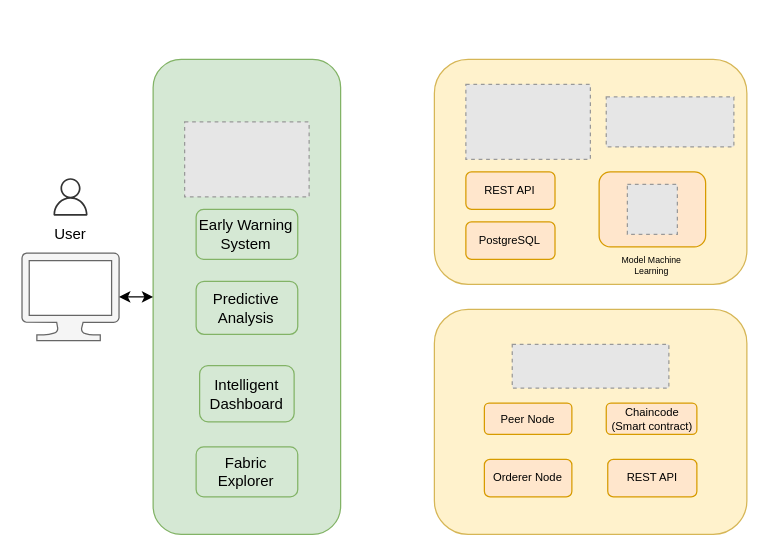
Above: Diagram Blockchain System BI.drawio in ariesharry/Diagrams (draw.io), before the change. Source tidied: cells renumbered, new cells numbered last; positions are measured from the earlier drawing's top-left corner, leaving out a move shared by most shapes. Both pictures are drawn from the tidied source at 125%, with x=0, y=0 at pixel (21, 59). Pictures stored in the file or linked from it are replaced by grey dashed boxes.
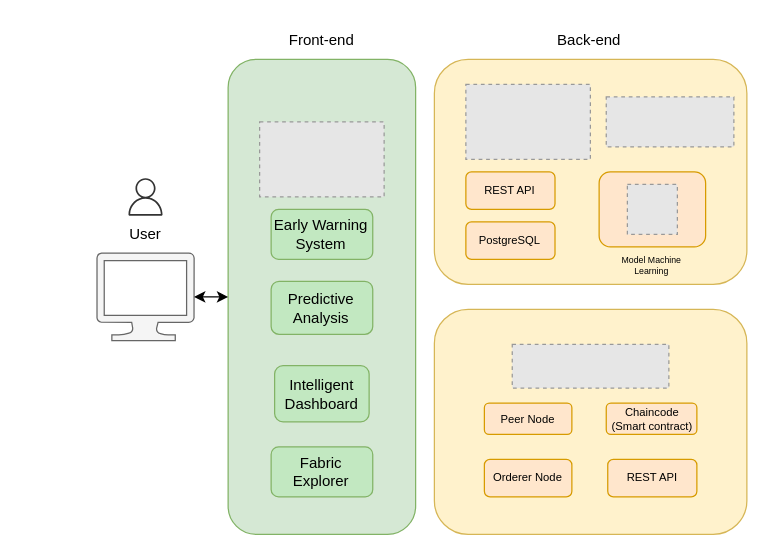
After the change.

Diff of the diagram source:
```diff
@@
     <mxCell id="5" style="rounded=1;whiteSpace=wrap;html=1;fillColor=#d5e8d4;strokeColor=#82b366;" parent="1" vertex="1">
-      <mxGeometry x="105" width="150" height="380" as="geometry" />
+      <mxGeometry x="165" width="150" height="380" as="geometry" />
     </mxCell>
     <mxCell id="6" style="verticalLabelPosition=bottom;html=1;verticalAlign=top;align=center;strokeColor=#666666;fillColor=#f5f5f5;shape=mxgraph.azure.computer;fontColor=#333333;" parent="1" vertex="1">
-      <mxGeometry y="155" width="77.8" height="70" as="geometry" />
+      <mxGeometry x="60" y="155" width="77.8" height="70" as="geometry" />
     </mxCell>
     <mxCell id="7" style="sketch=0;fillColor=#333333;strokeColor=#001DBC;dashed=0;verticalLabelPosition=bottom;verticalAlign=top;align=center;html=1;fontSize=12;fontStyle=0;shape=mxgraph.aws4.user;fontColor=#ffffff;" parent="1" vertex="1">
-      <mxGeometry x="23.9" y="95" width="30" height="30" as="geometry" />
+      <mxGeometry x="83.9" y="95" width="30" height="30" as="geometry" />
     </mxCell>
     <mxCell id="8" style="fillColor=#E6E6E6;strokeColor=#999999;dashed=1;verticalLabelPosition=bottom;labelBackgroundColor=default;verticalAlign=top;" parent="1" vertex="1">
-      <mxGeometry x="130.2" y="50" width="99.6" height="60" as="geometry" />
+      <mxGeometry x="190.2" y="50" width="99.6" height="60" as="geometry" />
     </mxCell>
@@
-    <mxCell id="17" value="Fabric Explorer" style="rounded=1;whiteSpace=wrap;html=1;fillColor=#d5e8d4;strokeColor=#82b366;fontSize=12;" parent="1" vertex="1">
-      <mxGeometry x="139.4" y="310" width="81.3" height="40" as="geometry" />
+    <mxCell id="17" value="Fabric Explorer" style="rounded=1;whiteSpace=wrap;html=1;fillColor=#C2E8C1;strokeColor=#82b366;fontSize=12;" parent="1" vertex="1">
+      <mxGeometry x="199.4" y="310" width="81.3" height="40" as="geometry" />
     </mxCell>
-    <mxCell id="18" value="Intelligent Dashboard" style="rounded=1;whiteSpace=wrap;html=1;fillColor=#d5e8d4;strokeColor=#82b366;fontSize=12;" parent="1" vertex="1">
-      <mxGeometry x="142.2" y="245" width="75.6" height="45" as="geometry" />
+    <mxCell id="18" value="Intelligent Dashboard" style="rounded=1;whiteSpace=wrap;html=1;fillColor=#C2E8C1;strokeColor=#82b366;fontSize=12;" parent="1" vertex="1">
+      <mxGeometry x="202.2" y="245" width="75.6" height="45" as="geometry" />
     </mxCell>
-    <mxCell id="19" value="Predictive Analysis" style="rounded=1;whiteSpace=wrap;html=1;fillColor=#d5e8d4;strokeColor=#82b366;fontSize=12;" parent="1" vertex="1">
-      <mxGeometry x="139.4" y="177.5" width="81.3" height="42.5" as="geometry" />
+    <mxCell id="19" value="Predictive Analysis" style="rounded=1;whiteSpace=wrap;html=1;fillColor=#C2E8C1;strokeColor=#82b366;fontSize=12;" parent="1" vertex="1">
+      <mxGeometry x="199.4" y="177.5" width="81.3" height="42.5" as="geometry" />
     </mxCell>
-    <mxCell id="20" value="Early Warning System" style="rounded=1;whiteSpace=wrap;html=1;fillColor=#d5e8d4;strokeColor=#82b366;fontSize=12;" parent="1" vertex="1">
-      <mxGeometry x="139.4" y="120" width="81.3" height="40" as="geometry" />
+    <mxCell id="20" value="Early Warning System" style="rounded=1;whiteSpace=wrap;html=1;fillColor=#C2E8C1;strokeColor=#82b366;fontSize=12;" parent="1" vertex="1">
+      <mxGeometry x="199.4" y="120" width="81.3" height="40" as="geometry" />
     </mxCell>
@@
     <mxCell id="24" value="User" style="text;html=1;align=center;verticalAlign=middle;whiteSpace=wrap;rounded=0;" parent="1" vertex="1">
-      <mxGeometry x="8.9" y="125" width="60" height="30" as="geometry" />
+      <mxGeometry x="68.9" y="125" width="60" height="30" as="geometry" />
     </mxCell>
@@
+    <mxCell id="26" value="Front-end" style="text;html=1;align=center;verticalAlign=middle;whiteSpace=wrap;rounded=0;" parent="1" vertex="1">
+      <mxGeometry x="210" y="-30" width="60" height="30" as="geometry" />
+    </mxCell>
+    <mxCell id="27" value="Back-end" style="text;html=1;align=center;verticalAlign=middle;whiteSpace=wrap;rounded=0;" parent="1" vertex="1">
+      <mxGeometry x="424.4" y="-30" width="60" height="30" as="geometry" />
+    </mxCell>
```
